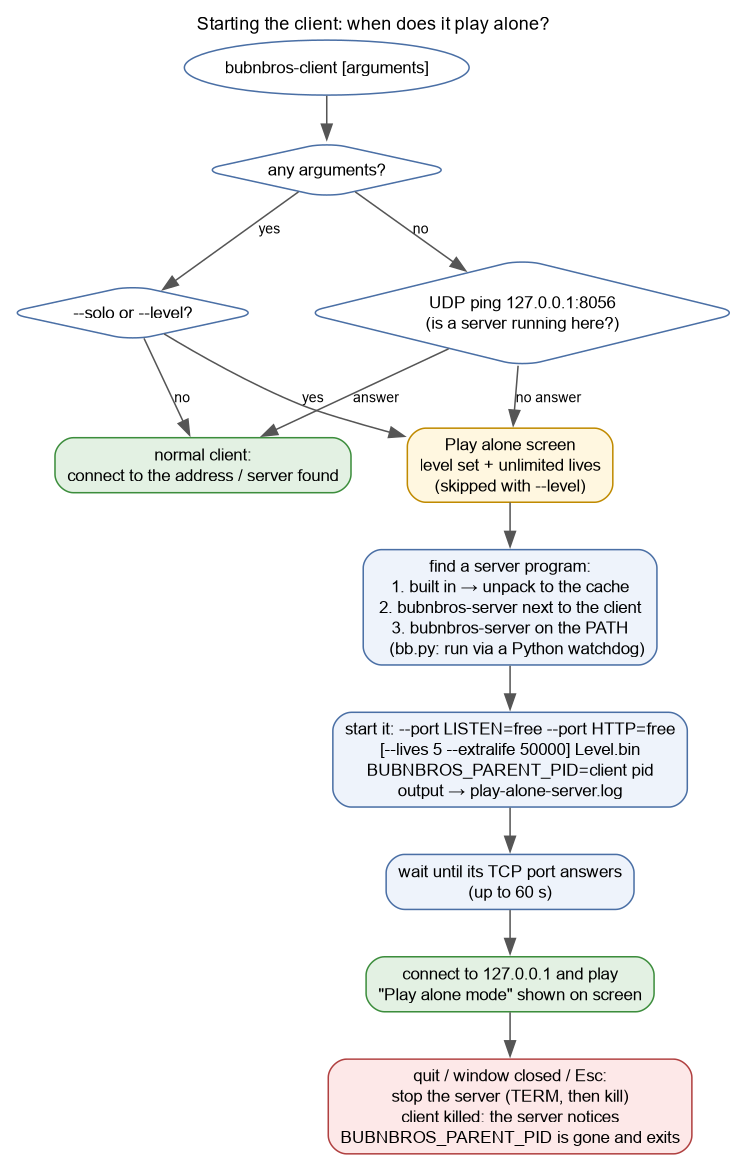
This is bub-n-bros/docs/images/play-alone-run.png from nelg/bub-n-bros, a Graphviz export, as it was before one commit. Its source is kept beside it as bub-n-bros/docs/diagrams/play-alone-run.dot.
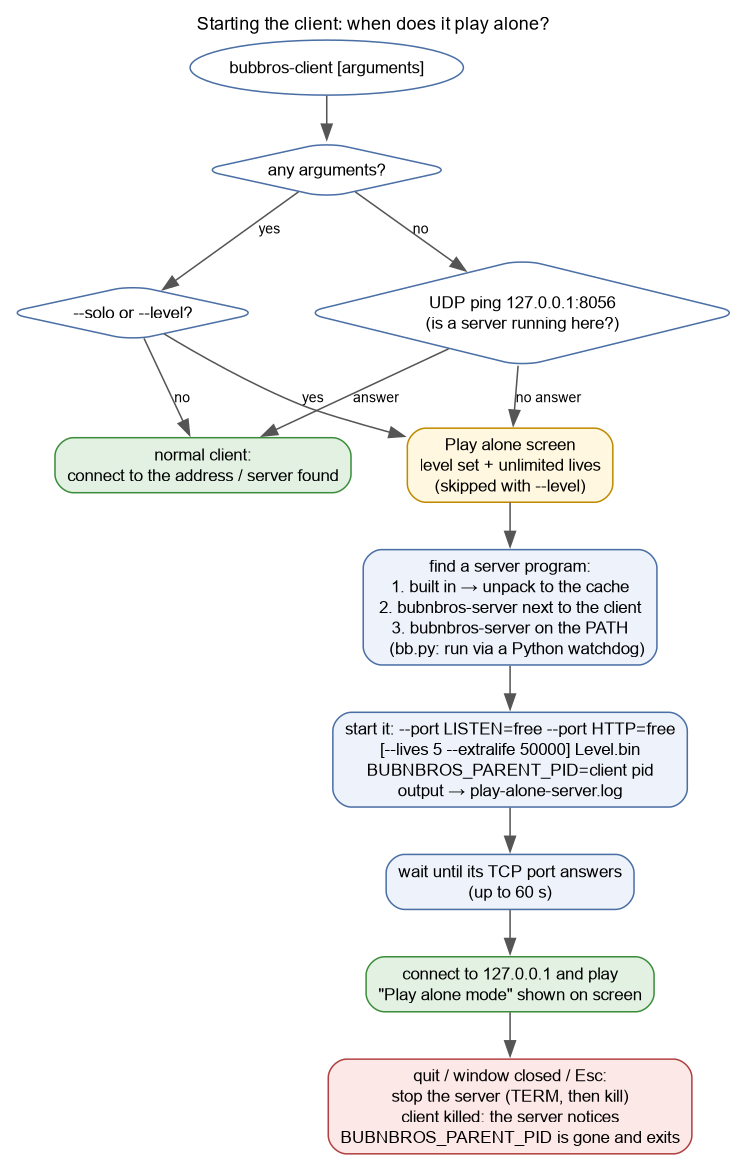
Later version of the same file.

The edit, as a diff of the source:
```diff
@@ -4,7 +4,7 @@
   node  [shape=box, style="rounded,filled", fontname="Helvetica", fontsize=11, fillcolor="#eef3fb", color="#4a6fa5"];
   edge  [fontname="Helvetica", fontsize=9, color="#555555"];
 
-  start  [label="bubnbros-client [arguments]", shape=oval, fillcolor="#ffffff"];
+  start  [label="bubbros-client [arguments]", shape=oval, fillcolor="#ffffff"];
   args   [label="any arguments?", shape=diamond, fillcolor="#ffffff"];
   solo   [label="--solo or --level?", shape=diamond, fillcolor="#ffffff"];
   ping   [label="UDP ping 127.0.0.1:8056\n(is a server running here?)", shape=diamond, fillcolor="#ffffff"];
```
